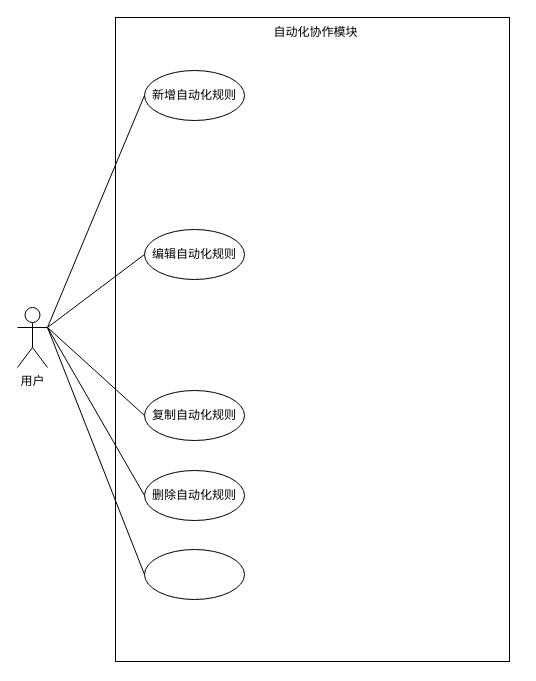
Above: 自动化协作模块用例图.drawio in qf2020/drawio (draw.io), before the change. Source tidied: cells renumbered, new cells numbered last; positions are measured from the earlier drawing's top-left corner, leaving out a move shared by most shapes. Both pictures are drawn from the tidied source at 100%, with x=0, y=0 at pixel (17, 17).
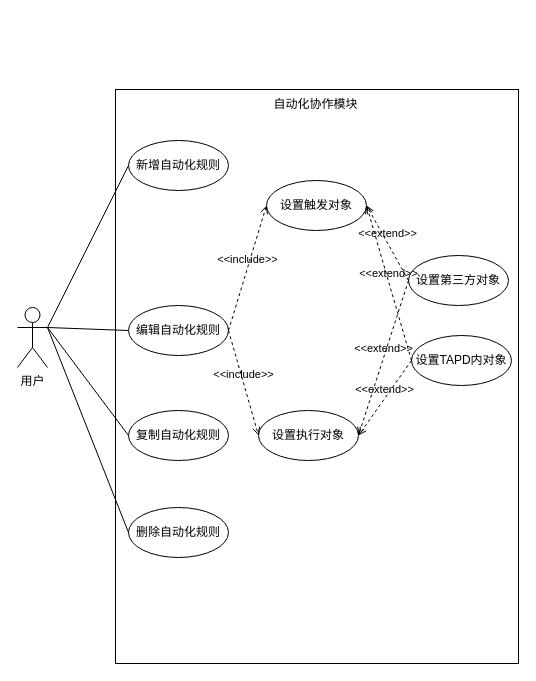
The same page after the edit.

Commit message (it also covers changes not shown here):
更新自动化协作模块用例图.drawio

The change refers to these unchanged cells:
```xml
<mxCell id="2" value="用户" style="shape=umlActor;verticalLabelPosition=bottom;verticalAlign=top;html=1;" parent="1" vertex="1">
  <mxGeometry y="290" width="30" height="60" as="geometry" />
</mxCell>
```

What changed in the source:
```diff
@@
     <mxCell id="3" style="rounded=0;whiteSpace=wrap;html=1;" parent="1" vertex="1">
-      <mxGeometry x="98" width="394" height="644" as="geometry" />
+      <mxGeometry x="98" y="72" width="403" height="574" as="geometry" />
     </mxCell>
     <mxCell id="4" value="自动化协作模块" style="text;html=1;align=center;verticalAlign=middle;whiteSpace=wrap;rounded=0;" parent="1" vertex="1">
-      <mxGeometry x="249" width="99" height="30" as="geometry" />
+      <mxGeometry x="249" y="72" width="99" height="30" as="geometry" />
     </mxCell>
     <mxCell id="5" value="编辑自动化规则" style="ellipse;whiteSpace=wrap;html=1;" parent="1" vertex="1">
-      <mxGeometry x="127" y="212" width="100" height="50" as="geometry" />
+      <mxGeometry x="111" y="288" width="100" height="50" as="geometry" />
     </mxCell>
-    <mxCell id="6" style="ellipse;whiteSpace=wrap;html=1;" parent="1" vertex="1">
-      <mxGeometry x="127" y="532" width="100" height="50" as="geometry" />
-    </mxCell>
@@
-    <mxCell id="8" style="endArrow=none;html=1;rounded=0;exitX=1;exitY=0.3333333333333333;exitDx=0;exitDy=0;exitPerimeter=0;entryX=0;entryY=0.5;entryDx=0;entryDy=0;" parent="1" edge="1" source="2" target="6">
-      <mxGeometry relative="1" as="geometry" />
-    </mxCell>
     <mxCell id="9" value="新增自动化规则" style="ellipse;whiteSpace=wrap;html=1;" parent="1" vertex="1">
-      <mxGeometry x="127" y="53" width="100" height="50" as="geometry" />
+      <mxGeometry x="111" y="123" width="100" height="50" as="geometry" />
     </mxCell>
     <mxCell id="10" value="删除自动化规则" style="ellipse;whiteSpace=wrap;html=1;" parent="1" vertex="1">
-      <mxGeometry x="127" y="453" width="100" height="50" as="geometry" />
+      <mxGeometry x="111" y="490" width="100" height="50" as="geometry" />
     </mxCell>
     <mxCell id="11" value="复制自动化规则" style="ellipse;whiteSpace=wrap;html=1;" parent="1" vertex="1">
-      <mxGeometry x="127" y="373" width="100" height="50" as="geometry" />
+      <mxGeometry x="111" y="393" width="100" height="50" as="geometry" />
     </mxCell>
@@
+    <mxCell id="15" value="设置触发对象" style="ellipse;whiteSpace=wrap;html=1;" parent="1" vertex="1">
+      <mxGeometry x="249" y="163" width="100" height="50" as="geometry" />
+    </mxCell>
+    <mxCell id="16" value="设置执行对象" style="ellipse;whiteSpace=wrap;html=1;" parent="1" vertex="1">
+      <mxGeometry x="241" y="393" width="100" height="50" as="geometry" />
+    </mxCell>
+    <mxCell id="17" value="&amp;lt;&amp;lt;include&amp;gt;&amp;gt;" style="html=1;verticalAlign=bottom;labelBackgroundColor=none;endArrow=open;endFill=0;dashed=1;rounded=0;exitX=1;exitY=0.5;exitDx=0;exitDy=0;entryX=0;entryY=0.5;entryDx=0;entryDy=0;" parent="1" edge="1" source="5" target="15">
+      <mxGeometry relative="1" as="geometry" />
+    </mxCell>
+    <mxCell id="18" value="&amp;lt;&amp;lt;include&amp;gt;&amp;gt;" style="html=1;verticalAlign=bottom;labelBackgroundColor=none;endArrow=open;endFill=0;dashed=1;rounded=0;exitX=1;exitY=0.5;exitDx=0;exitDy=0;entryX=0;entryY=0.5;entryDx=0;entryDy=0;" parent="1" edge="1" source="5" target="16">
+      <mxGeometry relative="1" as="geometry" />
+    </mxCell>
+    <mxCell id="19" value="设置第三方对象" style="ellipse;whiteSpace=wrap;html=1;" parent="1" vertex="1">
+      <mxGeometry x="391" y="238" width="100" height="50" as="geometry" />
+    </mxCell>
+    <mxCell id="20" value="设置TAPD内对象" style="ellipse;whiteSpace=wrap;html=1;" parent="1" vertex="1">
+      <mxGeometry x="394" y="318" width="100" height="50" as="geometry" />
+    </mxCell>
+    <mxCell id="21" value="&amp;lt;&amp;lt;extend&amp;gt;&amp;gt;" style="html=1;verticalAlign=bottom;labelBackgroundColor=none;endArrow=open;endFill=0;dashed=1;rounded=0;exitX=0;exitY=0.5;exitDx=0;exitDy=0;entryX=1;entryY=0.5;entryDx=0;entryDy=0;" parent="1" edge="1" source="19" target="15">
+      <mxGeometry relative="1" as="geometry" />
+    </mxCell>
+    <mxCell id="22" value="&amp;lt;&amp;lt;extend&amp;gt;&amp;gt;" style="html=1;verticalAlign=bottom;labelBackgroundColor=none;endArrow=open;endFill=0;dashed=1;rounded=0;exitX=0;exitY=0.5;exitDx=0;exitDy=0;entryX=1;entryY=0.5;entryDx=0;entryDy=0;" parent="1" edge="1" source="20" target="16">
+      <mxGeometry relative="1" as="geometry" />
+    </mxCell>
+    <mxCell id="23" value="&amp;lt;&amp;lt;extend&amp;gt;&amp;gt;" style="html=1;verticalAlign=bottom;labelBackgroundColor=none;endArrow=open;endFill=0;dashed=1;rounded=0;exitX=0;exitY=0.5;exitDx=0;exitDy=0;entryX=1;entryY=0.5;entryDx=0;entryDy=0;" parent="1" edge="1" source="20" target="15">
+      <mxGeometry relative="1" as="geometry" />
+    </mxCell>
+    <mxCell id="24" value="&amp;lt;&amp;lt;extend&amp;gt;&amp;gt;" style="html=1;verticalAlign=bottom;labelBackgroundColor=none;endArrow=open;endFill=0;dashed=1;rounded=0;exitX=0;exitY=0.5;exitDx=0;exitDy=0;entryX=1;entryY=0.5;entryDx=0;entryDy=0;" parent="1" edge="1" source="19" target="16">
+      <mxGeometry relative="1" as="geometry" />
+    </mxCell>
```
